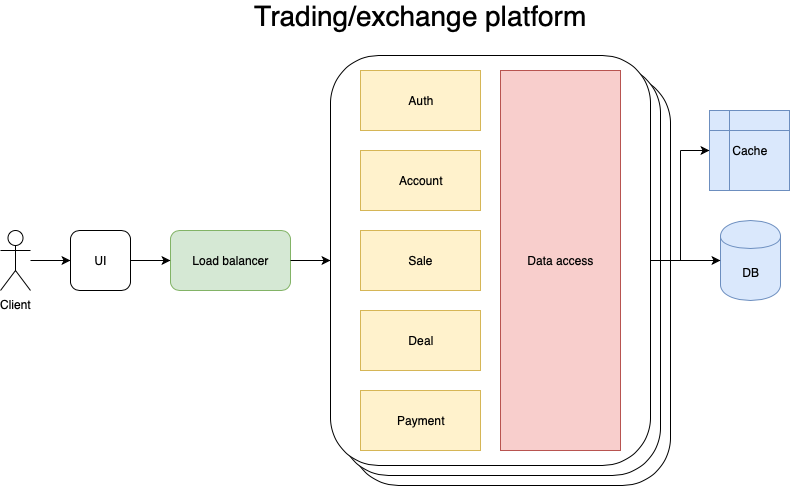
This is img/Monolith_exchange.png from kirill-m/exchange-platform, a draw.io export, as it was before one commit. Source tidied: cells renumbered, new cells last; positions are measured from the earlier drawing's top-left corner, leaving out a move shared by most shapes.
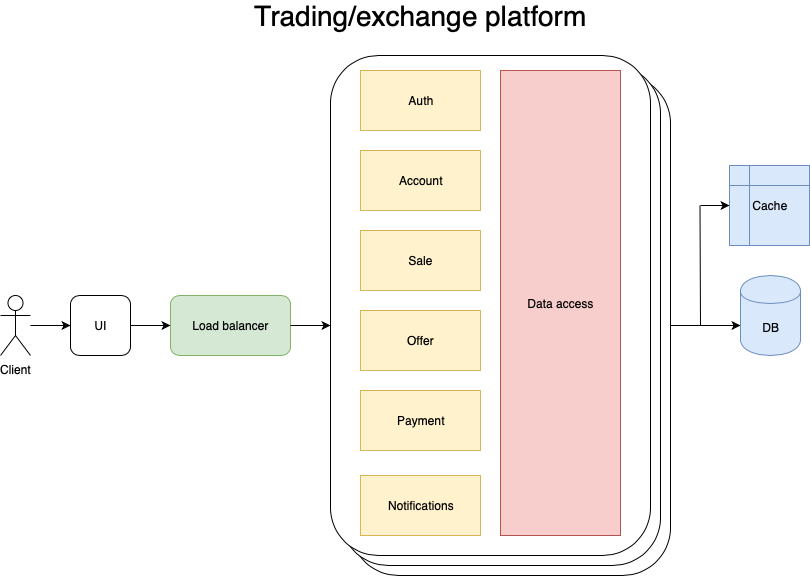
After the commit.

What changed in the source:
```diff
@@ -2,23 +2,26 @@
   <root>
     <mxCell id="0" />
     <mxCell id="1" parent="0" />
+    <mxCell id="23" style="edgeStyle=orthogonalEdgeStyle;rounded=0;jettySize=auto;html=1;exitX=1;exitY=0.5;exitDx=0;exitDy=0;entryX=0;entryY=0.625;entryDx=0;entryDy=0;entryPerimeter=0;" parent="1" edge="1" source="2" target="16">
+      <mxGeometry relative="1" as="geometry" />
+    </mxCell>
     <mxCell id="2" style="rounded=1;whiteSpace=wrap;html=1;" parent="1" vertex="1">
-      <mxGeometry x="350" y="70" width="320" height="410" as="geometry" />
+      <mxGeometry x="350" y="70" width="320" height="500" as="geometry" />
     </mxCell>
     <mxCell id="3" style="rounded=1;whiteSpace=wrap;html=1;" parent="1" vertex="1">
-      <mxGeometry x="340" y="60" width="320" height="410" as="geometry" />
+      <mxGeometry x="340" y="60" width="320" height="500" as="geometry" />
     </mxCell>
     <mxCell id="4" style="rounded=1;whiteSpace=wrap;html=1;" parent="1" vertex="1">
-      <mxGeometry x="330" y="50" width="320" height="410" as="geometry" />
+      <mxGeometry x="330" y="50" width="320" height="500" as="geometry" />
     </mxCell>
     <mxCell id="5" style="edgeStyle=orthogonalEdgeStyle;rounded=0;jettySize=auto;html=1;" parent="1" edge="1" source="6" target="15">
       <mxGeometry relative="1" as="geometry" />
     </mxCell>
     <mxCell id="6" value="Client" style="shape=umlActor;verticalLabelPosition=bottom;labelBackgroundColor=#ffffff;verticalAlign=top;html=1;outlineConnect=0;" parent="1" vertex="1">
-      <mxGeometry y="225" width="30" height="60" as="geometry" />
+      <mxGeometry y="290" width="30" height="60" as="geometry" />
     </mxCell>
     <mxCell id="7" value="Load balancer" style="rounded=1;whiteSpace=wrap;html=1;fillColor=#d5e8d4;strokeColor=#82b366;" parent="1" vertex="1">
-      <mxGeometry x="170" y="225" width="120" height="60" as="geometry" />
+      <mxGeometry x="170" y="290" width="120" height="60" as="geometry" />
     </mxCell>
     <mxCell id="8" value="Auth" style="rounded=0;whiteSpace=wrap;html=1;fillColor=#fff2cc;strokeColor=#d6b656;" parent="1" vertex="1">
       <mxGeometry x="360" y="65" width="120" height="60" as="geometry" />
@@ -29,48 +32,48 @@
     <mxCell id="10" value="Sale" style="rounded=0;whiteSpace=wrap;html=1;fillColor=#fff2cc;strokeColor=#d6b656;" parent="1" vertex="1">
       <mxGeometry x="360" y="225" width="120" height="60" as="geometry" />
     </mxCell>
-    <mxCell id="11" value="Deal" style="rounded=0;whiteSpace=wrap;html=1;fillColor=#fff2cc;strokeColor=#d6b656;" parent="1" vertex="1">
+    <mxCell id="11" value="Offer" style="rounded=0;whiteSpace=wrap;html=1;fillColor=#fff2cc;strokeColor=#d6b656;" parent="1" vertex="1">
       <mxGeometry x="360" y="305" width="120" height="60" as="geometry" />
     </mxCell>
     <mxCell id="12" value="Payment" style="rounded=0;whiteSpace=wrap;html=1;fillColor=#fff2cc;strokeColor=#d6b656;" parent="1" vertex="1">
       <mxGeometry x="360" y="385" width="120" height="60" as="geometry" />
     </mxCell>
     <mxCell id="13" value="Data access" style="rounded=0;whiteSpace=wrap;html=1;fillColor=#f8cecc;strokeColor=#b85450;" parent="1" vertex="1">
-      <mxGeometry x="500" y="65" width="120" height="380" as="geometry" />
+      <mxGeometry x="500" y="65" width="120" height="465" as="geometry" />
     </mxCell>
     <mxCell id="14" style="edgeStyle=orthogonalEdgeStyle;rounded=0;jettySize=auto;html=1;" parent="1" edge="1" source="15" target="7">
       <mxGeometry relative="1" as="geometry" />
     </mxCell>
     <mxCell id="15" value="UI" style="rounded=1;whiteSpace=wrap;html=1;" parent="1" vertex="1">
-      <mxGeometry x="70" y="225" width="60" height="60" as="geometry" />
+      <mxGeometry x="70" y="290" width="60" height="60" as="geometry" />
     </mxCell>
     <mxCell id="16" value="DB" style="shape=cylinder;whiteSpace=wrap;html=1;boundedLbl=1;backgroundOutline=1;fillColor=#dae8fc;strokeColor=#6c8ebf;" parent="1" vertex="1">
-      <mxGeometry x="720" y="215" width="60" height="80" as="geometry" />
+      <mxGeometry x="740" y="270" width="60" height="80" as="geometry" />
     </mxCell>
     <mxCell id="17" value="Cache" style="shape=internalStorage;whiteSpace=wrap;html=1;backgroundOutline=1;fillColor=#dae8fc;strokeColor=#6c8ebf;" parent="1" vertex="1">
-      <mxGeometry x="709" y="105" width="80" height="80" as="geometry" />
+      <mxGeometry x="729" y="160" width="80" height="80" as="geometry" />
     </mxCell>
-    <mxCell id="18" style="endArrow=classic;html=1;entryX=0;entryY=0.5;entryDx=0;entryDy=0;" parent="1" edge="1" target="4">
+    <mxCell id="18" style="endArrow=classic;html=1;exitX=1;exitY=0.5;exitDx=0;exitDy=0;" parent="1" edge="1" source="7">
       <mxGeometry relative="1" as="geometry">
-        <mxPoint x="290" y="255" as="sourcePoint" />
+        <mxPoint x="330" y="320" as="targetPoint" />
       </mxGeometry>
     </mxCell>
-    <mxCell id="19" style="endArrow=classic;html=1;exitX=1;exitY=0.5;exitDx=0;exitDy=0;" parent="1" edge="1" source="4" target="16">
-      <mxGeometry relative="1" as="geometry" />
-    </mxCell>
     <mxCell id="20" style="endArrow=classic;html=1;" parent="1" edge="1" target="17">
       <mxGeometry relative="1" as="geometry">
-        <mxPoint x="680" y="145" as="sourcePoint" />
+        <mxPoint x="700" y="200" as="sourcePoint" />
       </mxGeometry>
     </mxCell>
-    <mxCell id="21" style="endArrow=none;html=1;" parent="1" edge="1">
-      <mxGeometry relative="1" as="geometry">
-        <mxPoint x="680" y="255" as="sourcePoint" />
-        <mxPoint x="680" y="145" as="targetPoint" />
-      </mxGeometry>
-    </mxCell>
     <mxCell id="22" value="&lt;font style=&quot;font-size: 28px&quot;&gt;Trading/exchange platform&lt;/font&gt;" style="text;html=1;strokeColor=none;fillColor=none;align=center;verticalAlign=middle;whiteSpace=wrap;rounded=0;" parent="1" vertex="1">
       <mxGeometry x="230" width="380" height="20" as="geometry" />
     </mxCell>
+    <mxCell id="24" value="Notifications" style="rounded=0;whiteSpace=wrap;html=1;fillColor=#fff2cc;strokeColor=#d6b656;" parent="1" vertex="1">
+      <mxGeometry x="360" y="470" width="120" height="60" as="geometry" />
+    </mxCell>
+    <mxCell id="25" style="endArrow=none;html=1;" parent="1" edge="1">
+      <mxGeometry relative="1" as="geometry">
+        <mxPoint x="700" y="320" as="sourcePoint" />
+        <mxPoint x="699.5" y="200" as="targetPoint" />
+      </mxGeometry>
+    </mxCell>
   </root>
 </mxGraphModel>
```
